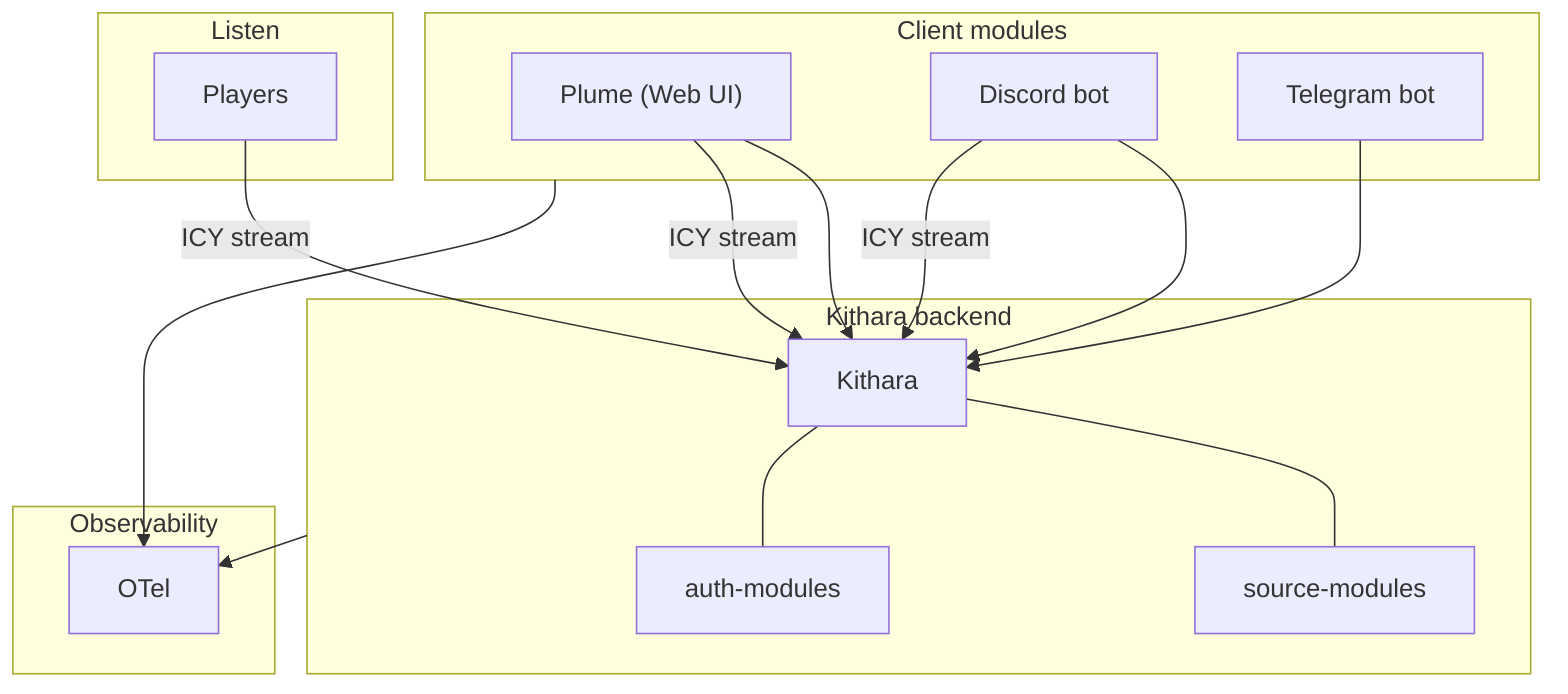
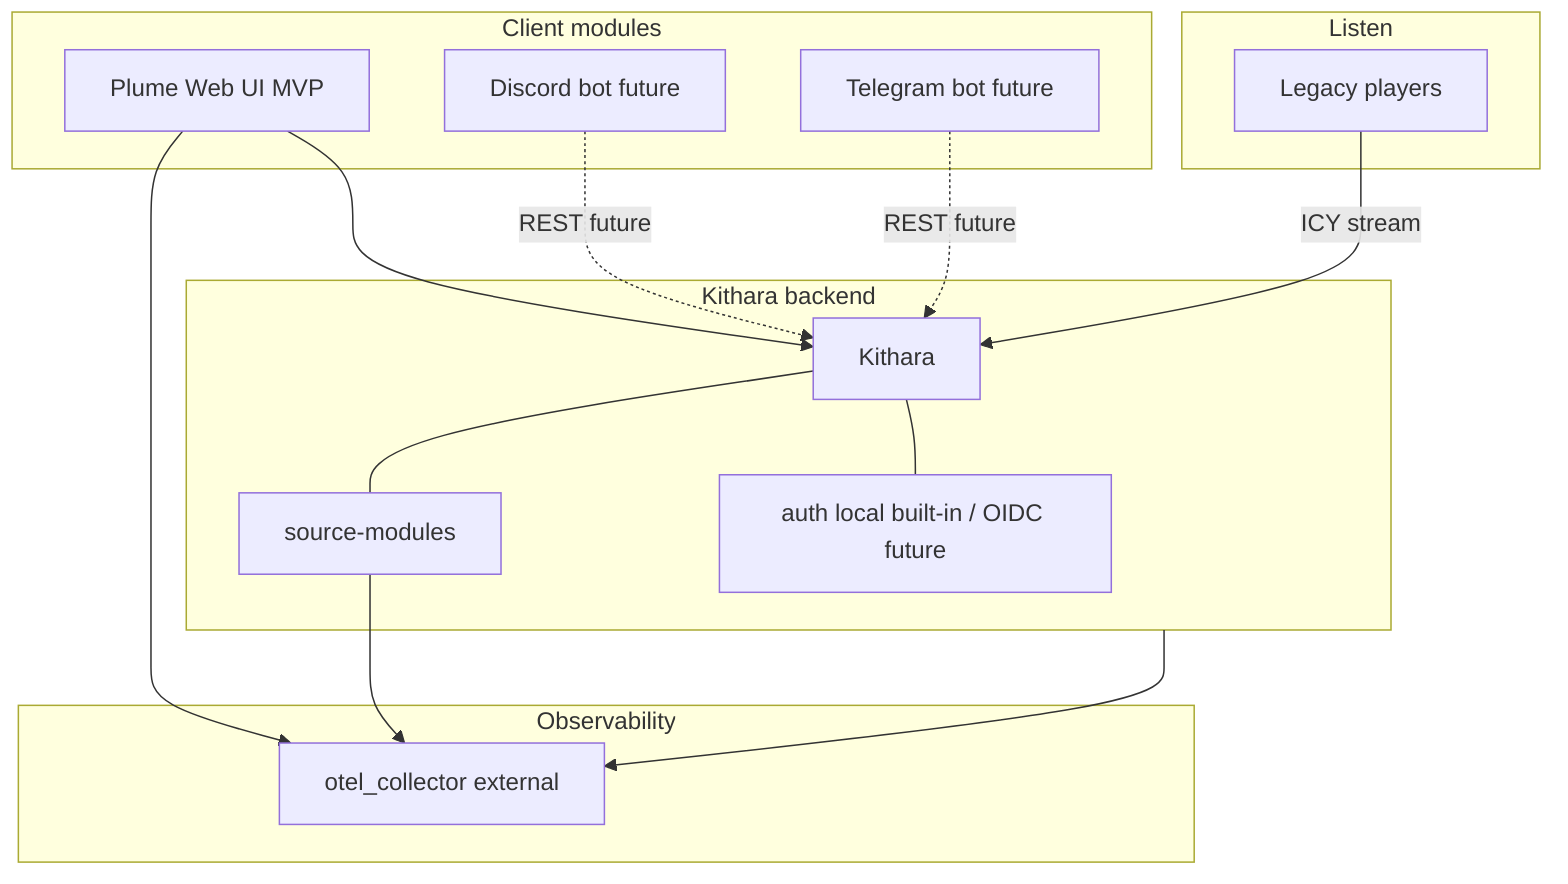
flowchart TB
  subgraph client [Client modules]
-     Plume["Plume (Web UI)"]
-     Discord[Discord bot]
-     Telegram[Telegram bot]
+     Plume["Plume Web UI MVP"]
+     Discord["Discord bot future"]
+     Telegram["Telegram bot future"]
  end
  subgraph listen [Listen]
-     Players[Players]
+     Players[Legacy players]
  end
  subgraph backend [Kithara backend]
    KitharaBox[Kithara]
    src[source-modules]
-     auth[auth-modules]
+     auth["auth local built-in / OIDC future"]
    KitharaBox --- src
    KitharaBox --- auth
  end
  subgraph observe [Observability]
-     OTel[OTel]
+     OTel[otel_collector external]
  end
  Plume --> KitharaBox
-   Discord --> KitharaBox
-   Telegram --> KitharaBox
-   Plume -->|ICY stream| KitharaBox
+   Discord -.->|REST future| KitharaBox
+   Telegram -.->|REST future| KitharaBox
  Players -->|ICY stream| KitharaBox
-   Discord -->|ICY stream| KitharaBox
  backend --> OTel
-   client --> OTel
+   Plume --> OTel
+   src --> OTel
